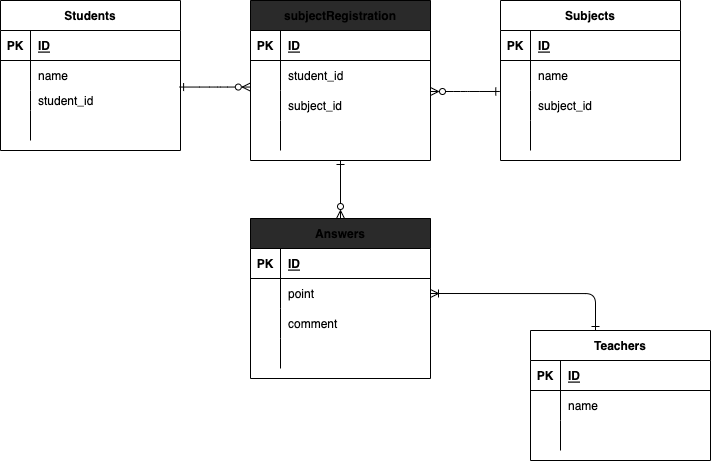
norimasano/coachtech_db_test keeps this draw.io diagram as index4.drawio.png. Above is the earlier version. Source tidied: cells renumbered, new cells last; positions are measured from the earlier drawing's top-left corner, leaving out a move shared by most shapes. Its diagram source:
```xml
<mxGraphModel>
  <root>
    <mxCell id="0" />
    <mxCell id="1" parent="0" />
    <mxCell id="2" value="Students" style="shape=table;startSize=30;rowLines=0;fontStyle=1;align=center;" parent="1" vertex="1">
      <mxGeometry width="180" height="150" as="geometry" />
    </mxCell>
    <mxCell id="3" style="shape=partialRectangle;fillColor=none;top=0;left=0;bottom=1;right=0;" parent="2" vertex="1">
      <mxGeometry y="30" width="180" height="30" as="geometry" />
    </mxCell>
    <mxCell id="4" value="PK" style="shape=partialRectangle;fillColor=none;top=0;left=0;bottom=0;right=0;fontStyle=1;overflow=hidden;" parent="3" vertex="1">
      <mxGeometry width="30" height="30" as="geometry" />
    </mxCell>
    <mxCell id="5" value="ID" style="shape=partialRectangle;fillColor=none;top=0;left=0;bottom=0;right=0;align=left;spacingLeft=6;fontStyle=5;overflow=hidden;" parent="3" vertex="1">
      <mxGeometry x="30" width="150" height="30" as="geometry" />
    </mxCell>
    <mxCell id="6" style="shape=partialRectangle;fillColor=none;top=0;left=0;bottom=0;right=0;points=[[0,0.5],[1,0.5]];portConstraint=eastwest;" parent="2" vertex="1">
      <mxGeometry y="60" width="180" height="30" as="geometry" />
    </mxCell>
    <mxCell id="7" style="shape=partialRectangle;fillColor=none;top=0;left=0;bottom=0;right=0;overflow=hidden;" parent="6" vertex="1">
      <mxGeometry width="30" height="30" as="geometry" />
    </mxCell>
    <mxCell id="8" value="name" style="shape=partialRectangle;fillColor=none;top=0;left=0;bottom=0;right=0;align=left;spacingLeft=6;overflow=hidden;" parent="6" vertex="1">
      <mxGeometry x="30" width="150" height="30" as="geometry" />
    </mxCell>
    <mxCell id="9" style="shape=partialRectangle;fillColor=none;top=0;left=0;bottom=0;right=0;" parent="2" vertex="1">
      <mxGeometry y="90" width="180" height="20" as="geometry" />
    </mxCell>
    <mxCell id="10" style="shape=partialRectangle;fillColor=none;top=0;left=0;bottom=0;right=0;overflow=hidden;" parent="9" vertex="1">
      <mxGeometry width="30" height="20" as="geometry" />
    </mxCell>
    <mxCell id="11" value="student_id" style="shape=partialRectangle;fillColor=none;top=0;left=0;bottom=0;right=0;align=left;spacingLeft=6;overflow=hidden;" parent="9" vertex="1">
      <mxGeometry x="30" width="150" height="20" as="geometry" />
    </mxCell>
    <mxCell id="12" style="shape=partialRectangle;fillColor=none;top=0;left=0;bottom=0;right=0;" parent="2" vertex="1">
      <mxGeometry y="110" width="180" height="30" as="geometry" />
    </mxCell>
    <mxCell id="13" style="shape=partialRectangle;fillColor=none;top=0;left=0;bottom=0;right=0;overflow=hidden;" parent="12" vertex="1">
      <mxGeometry width="30" height="30" as="geometry" />
    </mxCell>
    <mxCell id="14" style="shape=partialRectangle;fillColor=none;top=0;left=0;bottom=0;right=0;align=left;spacingLeft=6;overflow=hidden;" parent="12" vertex="1">
      <mxGeometry x="30" width="150" height="30" as="geometry" />
    </mxCell>
    <mxCell id="15" value="Teachers" style="shape=table;startSize=30;rowLines=0;fontStyle=1;align=center;" parent="1" vertex="1">
      <mxGeometry x="530" y="330" width="180" height="130" as="geometry" />
    </mxCell>
    <mxCell id="16" style="shape=partialRectangle;fillColor=none;top=0;left=0;bottom=1;right=0;" parent="15" vertex="1">
      <mxGeometry y="30" width="180" height="30" as="geometry" />
    </mxCell>
    <mxCell id="17" value="PK" style="shape=partialRectangle;fillColor=none;top=0;left=0;bottom=0;right=0;fontStyle=1;overflow=hidden;" parent="16" vertex="1">
      <mxGeometry width="30" height="30" as="geometry" />
    </mxCell>
    <mxCell id="18" value="ID" style="shape=partialRectangle;fillColor=none;top=0;left=0;bottom=0;right=0;align=left;spacingLeft=6;fontStyle=5;overflow=hidden;" parent="16" vertex="1">
      <mxGeometry x="30" width="150" height="30" as="geometry" />
    </mxCell>
    <mxCell id="19" style="shape=partialRectangle;fillColor=none;top=0;left=0;bottom=0;right=0;" parent="15" vertex="1">
      <mxGeometry y="60" width="180" height="30" as="geometry" />
    </mxCell>
    <mxCell id="20" style="shape=partialRectangle;fillColor=none;top=0;left=0;bottom=0;right=0;overflow=hidden;" parent="19" vertex="1">
      <mxGeometry width="30" height="30" as="geometry" />
    </mxCell>
    <mxCell id="21" value="name" style="shape=partialRectangle;fillColor=none;top=0;left=0;bottom=0;right=0;align=left;spacingLeft=6;overflow=hidden;" parent="19" vertex="1">
      <mxGeometry x="30" width="150" height="30" as="geometry" />
    </mxCell>
    <mxCell id="22" style="shape=partialRectangle;fillColor=none;top=0;left=0;bottom=0;right=0;" parent="15" vertex="1">
      <mxGeometry y="90" width="180" height="30" as="geometry" />
    </mxCell>
    <mxCell id="23" style="shape=partialRectangle;fillColor=none;top=0;left=0;bottom=0;right=0;overflow=hidden;" parent="22" vertex="1">
      <mxGeometry width="30" height="30" as="geometry" />
    </mxCell>
    <mxCell id="24" style="shape=partialRectangle;fillColor=none;top=0;left=0;bottom=0;right=0;align=left;spacingLeft=6;overflow=hidden;" parent="22" vertex="1">
      <mxGeometry x="30" width="150" height="30" as="geometry" />
    </mxCell>
    <mxCell id="25" value="Subjects" style="shape=table;startSize=30;rowLines=0;fontStyle=1;align=center;" parent="1" vertex="1">
      <mxGeometry x="500" width="180" height="160" as="geometry" />
    </mxCell>
    <mxCell id="26" style="shape=partialRectangle;fillColor=none;top=0;left=0;bottom=1;right=0;" parent="25" vertex="1">
      <mxGeometry y="30" width="180" height="30" as="geometry" />
    </mxCell>
    <mxCell id="27" value="PK" style="shape=partialRectangle;fillColor=none;top=0;left=0;bottom=0;right=0;fontStyle=1;overflow=hidden;" parent="26" vertex="1">
      <mxGeometry width="30" height="30" as="geometry" />
    </mxCell>
    <mxCell id="28" value="ID" style="shape=partialRectangle;fillColor=none;top=0;left=0;bottom=0;right=0;align=left;spacingLeft=6;fontStyle=5;overflow=hidden;" parent="26" vertex="1">
      <mxGeometry x="30" width="150" height="30" as="geometry" />
    </mxCell>
    <mxCell id="29" style="shape=partialRectangle;fillColor=none;top=0;left=0;bottom=0;right=0;points=[[0,0.5],[1,0.5]];portConstraint=eastwest;" parent="25" vertex="1">
      <mxGeometry y="60" width="180" height="30" as="geometry" />
    </mxCell>
    <mxCell id="30" style="shape=partialRectangle;fillColor=none;top=0;left=0;bottom=0;right=0;overflow=hidden;" parent="29" vertex="1">
      <mxGeometry width="30" height="30" as="geometry" />
    </mxCell>
    <mxCell id="31" value="name" style="shape=partialRectangle;fillColor=none;top=0;left=0;bottom=0;right=0;align=left;spacingLeft=6;overflow=hidden;" parent="29" vertex="1">
      <mxGeometry x="30" width="150" height="30" as="geometry" />
    </mxCell>
    <mxCell id="32" style="shape=partialRectangle;fillColor=none;top=0;left=0;bottom=0;right=0;" parent="25" vertex="1">
      <mxGeometry y="90" width="180" height="30" as="geometry" />
    </mxCell>
    <mxCell id="33" style="shape=partialRectangle;fillColor=none;top=0;left=0;bottom=0;right=0;overflow=hidden;" parent="32" vertex="1">
      <mxGeometry width="30" height="30" as="geometry" />
    </mxCell>
    <mxCell id="34" value="subject_id" style="shape=partialRectangle;fillColor=none;top=0;left=0;bottom=0;right=0;align=left;spacingLeft=6;overflow=hidden;" parent="32" vertex="1">
      <mxGeometry x="30" width="150" height="30" as="geometry" />
    </mxCell>
    <mxCell id="35" style="shape=partialRectangle;fillColor=none;top=0;left=0;bottom=0;right=0;" parent="25" vertex="1">
      <mxGeometry y="120" width="180" height="30" as="geometry" />
    </mxCell>
    <mxCell id="36" style="shape=partialRectangle;fillColor=none;top=0;left=0;bottom=0;right=0;overflow=hidden;" parent="35" vertex="1">
      <mxGeometry width="30" height="30" as="geometry" />
    </mxCell>
    <mxCell id="37" style="shape=partialRectangle;fillColor=none;top=0;left=0;bottom=0;right=0;align=left;spacingLeft=6;overflow=hidden;" parent="35" vertex="1">
      <mxGeometry x="30" width="150" height="30" as="geometry" />
    </mxCell>
    <mxCell id="38" style="edgeStyle=entityRelationEdgeStyle;fontSize=12;html=1;endArrow=ERzeroToMany;endFill=0;exitX=0.995;exitY=0.885;exitDx=0;exitDy=0;startArrow=ERone;startFill=0;exitPerimeter=0;entryX=-0.001;entryY=0.885;entryDx=0;entryDy=0;entryPerimeter=0;" parent="1" edge="1" source="6" target="43">
      <mxGeometry relative="1" as="geometry" />
    </mxCell>
    <mxCell id="39" value="subjectRegistration" style="shape=table;startSize=30;rowLines=0;fontStyle=1;align=center;fillColor=#2A2A2A;" parent="1" vertex="1">
      <mxGeometry x="250" width="180" height="160" as="geometry" />
    </mxCell>
    <mxCell id="40" style="shape=partialRectangle;fillColor=none;top=0;left=0;bottom=1;right=0;" parent="39" vertex="1">
      <mxGeometry y="30" width="180" height="30" as="geometry" />
    </mxCell>
    <mxCell id="41" value="PK" style="shape=partialRectangle;fillColor=none;top=0;left=0;bottom=0;right=0;fontStyle=1;overflow=hidden;" parent="40" vertex="1">
      <mxGeometry width="30" height="30" as="geometry" />
    </mxCell>
    <mxCell id="42" value="ID" style="shape=partialRectangle;fillColor=none;top=0;left=0;bottom=0;right=0;align=left;spacingLeft=6;fontStyle=5;overflow=hidden;" parent="40" vertex="1">
      <mxGeometry x="30" width="150" height="30" as="geometry" />
    </mxCell>
    <mxCell id="43" style="shape=partialRectangle;fillColor=none;top=0;left=0;bottom=0;right=0;points=[[0,0.5],[1,0.5]];portConstraint=eastwest;" parent="39" vertex="1">
      <mxGeometry y="60" width="180" height="30" as="geometry" />
    </mxCell>
    <mxCell id="44" style="shape=partialRectangle;fillColor=none;top=0;left=0;bottom=0;right=0;overflow=hidden;" parent="43" vertex="1">
      <mxGeometry width="30" height="30" as="geometry" />
    </mxCell>
    <mxCell id="45" value="student_id" style="shape=partialRectangle;fillColor=none;top=0;left=0;bottom=0;right=0;align=left;spacingLeft=6;overflow=hidden;" parent="43" vertex="1">
      <mxGeometry x="30" width="150" height="30" as="geometry" />
    </mxCell>
    <mxCell id="46" style="shape=partialRectangle;fillColor=none;top=0;left=0;bottom=0;right=0;" parent="39" vertex="1">
      <mxGeometry y="90" width="180" height="30" as="geometry" />
    </mxCell>
    <mxCell id="47" style="shape=partialRectangle;fillColor=none;top=0;left=0;bottom=0;right=0;overflow=hidden;" parent="46" vertex="1">
      <mxGeometry width="30" height="30" as="geometry" />
    </mxCell>
    <mxCell id="48" value="subject_id" style="shape=partialRectangle;fillColor=none;top=0;left=0;bottom=0;right=0;align=left;spacingLeft=6;overflow=hidden;" parent="46" vertex="1">
      <mxGeometry x="30" width="150" height="30" as="geometry" />
    </mxCell>
    <mxCell id="49" style="shape=partialRectangle;fillColor=none;top=0;left=0;bottom=0;right=0;" parent="39" vertex="1">
      <mxGeometry y="120" width="180" height="30" as="geometry" />
    </mxCell>
    <mxCell id="50" style="shape=partialRectangle;fillColor=none;top=0;left=0;bottom=0;right=0;overflow=hidden;" parent="49" vertex="1">
      <mxGeometry width="30" height="30" as="geometry" />
    </mxCell>
    <mxCell id="51" style="shape=partialRectangle;fillColor=none;top=0;left=0;bottom=0;right=0;align=left;spacingLeft=6;overflow=hidden;" parent="49" vertex="1">
      <mxGeometry x="30" width="150" height="30" as="geometry" />
    </mxCell>
    <mxCell id="52" style="edgeStyle=entityRelationEdgeStyle;fontSize=12;html=1;endArrow=ERone;endFill=0;startArrow=ERzeroToMany;startFill=0;entryX=-0.004;entryY=1.033;entryDx=0;entryDy=0;entryPerimeter=0;" parent="1" edge="1" target="29">
      <mxGeometry relative="1" as="geometry">
        <mxPoint x="430" y="91" as="sourcePoint" />
      </mxGeometry>
    </mxCell>
    <mxCell id="53" value="Answers" style="shape=table;startSize=30;rowLines=0;fontStyle=1;align=center;fillColor=#2A2A2A;" parent="1" vertex="1">
      <mxGeometry x="250" y="218" width="180" height="160" as="geometry" />
    </mxCell>
    <mxCell id="54" style="shape=partialRectangle;fillColor=none;top=0;left=0;bottom=1;right=0;" parent="53" vertex="1">
      <mxGeometry y="30" width="180" height="30" as="geometry" />
    </mxCell>
    <mxCell id="55" value="PK" style="shape=partialRectangle;fillColor=none;top=0;left=0;bottom=0;right=0;fontStyle=1;overflow=hidden;" parent="54" vertex="1">
      <mxGeometry width="30" height="30" as="geometry" />
    </mxCell>
    <mxCell id="56" value="ID" style="shape=partialRectangle;fillColor=none;top=0;left=0;bottom=0;right=0;align=left;spacingLeft=6;fontStyle=5;overflow=hidden;" parent="54" vertex="1">
      <mxGeometry x="30" width="150" height="30" as="geometry" />
    </mxCell>
    <mxCell id="57" style="shape=partialRectangle;fillColor=none;top=0;left=0;bottom=0;right=0;points=[[0,0.5],[1,0.5]];portConstraint=eastwest;" parent="53" vertex="1">
      <mxGeometry y="60" width="180" height="30" as="geometry" />
    </mxCell>
    <mxCell id="58" style="shape=partialRectangle;fillColor=none;top=0;left=0;bottom=0;right=0;overflow=hidden;" parent="57" vertex="1">
      <mxGeometry width="30" height="30" as="geometry" />
    </mxCell>
    <mxCell id="59" value="point" style="shape=partialRectangle;fillColor=none;top=0;left=0;bottom=0;right=0;align=left;spacingLeft=6;overflow=hidden;" parent="57" vertex="1">
      <mxGeometry x="30" width="150" height="30" as="geometry" />
    </mxCell>
    <mxCell id="60" style="shape=partialRectangle;fillColor=none;top=0;left=0;bottom=0;right=0;" parent="53" vertex="1">
      <mxGeometry y="90" width="180" height="30" as="geometry" />
    </mxCell>
    <mxCell id="61" style="shape=partialRectangle;fillColor=none;top=0;left=0;bottom=0;right=0;overflow=hidden;" parent="60" vertex="1">
      <mxGeometry width="30" height="30" as="geometry" />
    </mxCell>
    <mxCell id="62" value="comment" style="shape=partialRectangle;fillColor=none;top=0;left=0;bottom=0;right=0;align=left;spacingLeft=6;overflow=hidden;" parent="60" vertex="1">
      <mxGeometry x="30" width="150" height="30" as="geometry" />
    </mxCell>
    <mxCell id="63" style="shape=partialRectangle;fillColor=none;top=0;left=0;bottom=0;right=0;" parent="53" vertex="1">
      <mxGeometry y="120" width="180" height="30" as="geometry" />
    </mxCell>
    <mxCell id="64" style="shape=partialRectangle;fillColor=none;top=0;left=0;bottom=0;right=0;overflow=hidden;" parent="63" vertex="1">
      <mxGeometry width="30" height="30" as="geometry" />
    </mxCell>
    <mxCell id="65" style="shape=partialRectangle;fillColor=none;top=0;left=0;bottom=0;right=0;align=left;spacingLeft=6;overflow=hidden;" parent="63" vertex="1">
      <mxGeometry x="30" width="150" height="30" as="geometry" />
    </mxCell>
    <mxCell id="66" style="fontSize=12;html=1;endArrow=ERzeroToMany;endFill=0;entryX=0.5;entryY=0;entryDx=0;entryDy=0;exitX=0.5;exitY=1;exitDx=0;exitDy=0;startArrow=ERone;startFill=0;" parent="1" edge="1" source="39" target="53">
      <mxGeometry relative="1" as="geometry" />
    </mxCell>
    <mxCell id="67" style="edgeStyle=orthogonalEdgeStyle;fontSize=12;html=1;endArrow=ERoneToMany;endFill=0;entryX=1;entryY=0.5;entryDx=0;entryDy=0;startArrow=ERone;startFill=0;" parent="1" edge="1" target="57">
      <mxGeometry relative="1" as="geometry">
        <mxPoint x="595" y="330" as="sourcePoint" />
      </mxGeometry>
    </mxCell>
  </root>
</mxGraphModel>
```
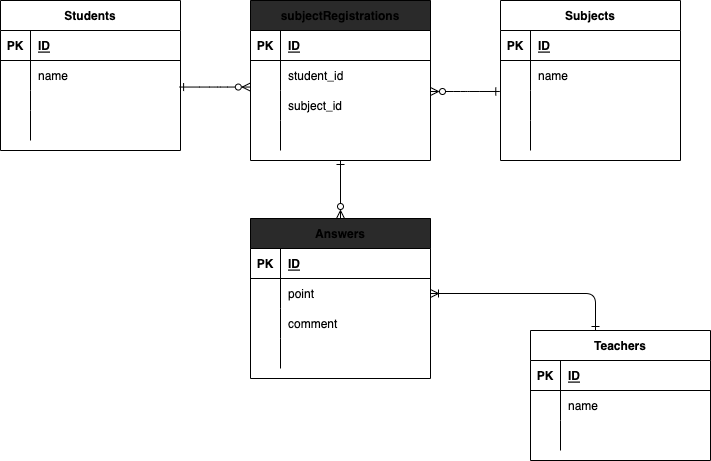
Later version of the same file.

What changed in the source:
```diff
@@ -29,7 +29,7 @@
     <mxCell id="10" style="shape=partialRectangle;fillColor=none;top=0;left=0;bottom=0;right=0;overflow=hidden;" parent="9" vertex="1">
       <mxGeometry width="30" height="20" as="geometry" />
     </mxCell>
-    <mxCell id="11" value="student_id" style="shape=partialRectangle;fillColor=none;top=0;left=0;bottom=0;right=0;align=left;spacingLeft=6;overflow=hidden;" parent="9" vertex="1">
+    <mxCell id="11" style="shape=partialRectangle;fillColor=none;top=0;left=0;bottom=0;right=0;align=left;spacingLeft=6;overflow=hidden;" parent="9" vertex="1">
       <mxGeometry x="30" width="150" height="20" as="geometry" />
     </mxCell>
     <mxCell id="12" style="shape=partialRectangle;fillColor=none;top=0;left=0;bottom=0;right=0;" parent="2" vertex="1">
@@ -98,7 +98,7 @@
     <mxCell id="33" style="shape=partialRectangle;fillColor=none;top=0;left=0;bottom=0;right=0;overflow=hidden;" parent="32" vertex="1">
       <mxGeometry width="30" height="30" as="geometry" />
     </mxCell>
-    <mxCell id="34" value="subject_id" style="shape=partialRectangle;fillColor=none;top=0;left=0;bottom=0;right=0;align=left;spacingLeft=6;overflow=hidden;" parent="32" vertex="1">
+    <mxCell id="34" style="shape=partialRectangle;fillColor=none;top=0;left=0;bottom=0;right=0;align=left;spacingLeft=6;overflow=hidden;" parent="32" vertex="1">
       <mxGeometry x="30" width="150" height="30" as="geometry" />
     </mxCell>
     <mxCell id="35" style="shape=partialRectangle;fillColor=none;top=0;left=0;bottom=0;right=0;" parent="25" vertex="1">
@@ -113,7 +113,7 @@
     <mxCell id="38" style="edgeStyle=entityRelationEdgeStyle;fontSize=12;html=1;endArrow=ERzeroToMany;endFill=0;exitX=0.995;exitY=0.885;exitDx=0;exitDy=0;startArrow=ERone;startFill=0;exitPerimeter=0;entryX=-0.001;entryY=0.885;entryDx=0;entryDy=0;entryPerimeter=0;" parent="1" edge="1" source="6" target="43">
       <mxGeometry relative="1" as="geometry" />
     </mxCell>
-    <mxCell id="39" value="subjectRegistration" style="shape=table;startSize=30;rowLines=0;fontStyle=1;align=center;fillColor=#2A2A2A;" parent="1" vertex="1">
+    <mxCell id="39" value="subjectRegistrations" style="shape=table;startSize=30;rowLines=0;fontStyle=1;align=center;fillColor=#2A2A2A;" parent="1" vertex="1">
       <mxGeometry x="250" width="180" height="160" as="geometry" />
     </mxCell>
     <mxCell id="40" style="shape=partialRectangle;fillColor=none;top=0;left=0;bottom=1;right=0;" parent="39" vertex="1">
```
